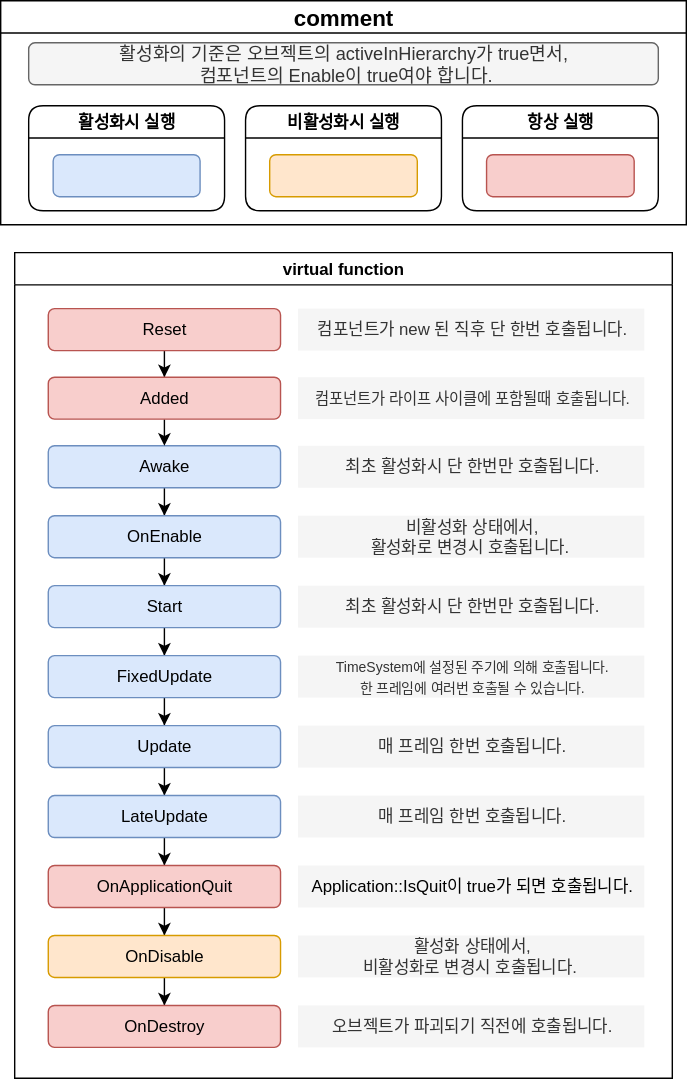
Before: Diagram/ComponentLifeCycleFlowchart.drawio.svg, a diagram exported from draw.io (Scarecrow37/VanishingGround). Source tidied: cells renumbered, new cells last; positions are measured from the earlier drawing's top-left corner, leaving out a move shared by most shapes.
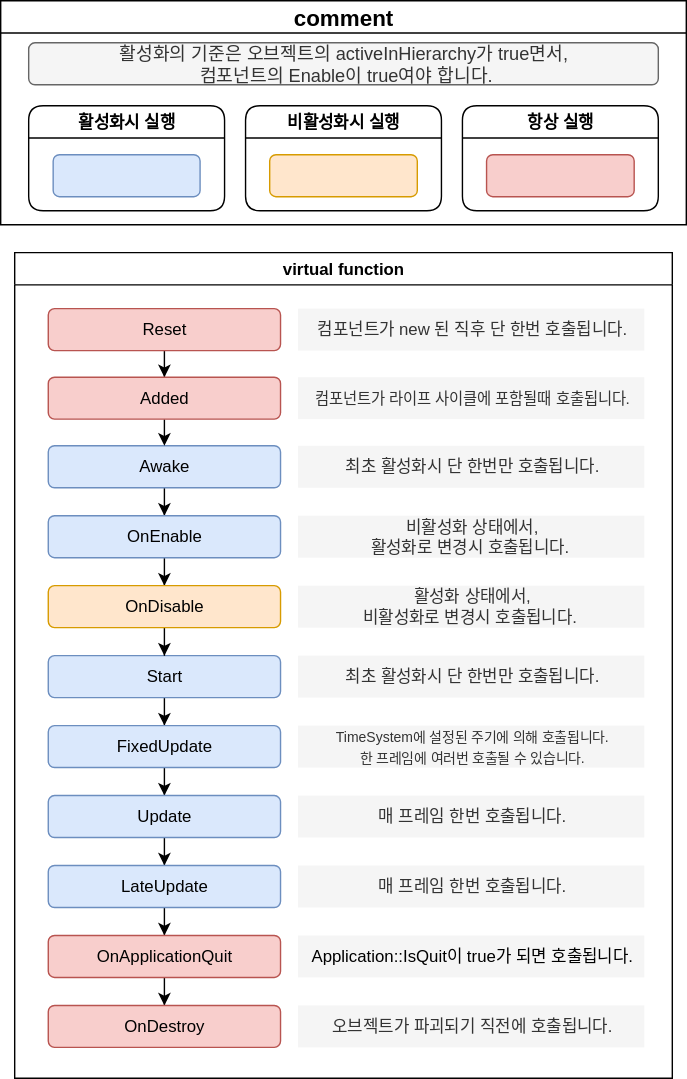
Later version of the same file.

Diff of the diagram source:
```diff
@@ -23,9 +23,9 @@
     <mxCell id="8" value="최초 활성화시 단 한번만 호출됩니다." style="text;html=1;align=center;verticalAlign=middle;whiteSpace=wrap;rounded=0;fillColor=#f5f5f5;strokeColor=none;fontColor=#333333;" parent="2" vertex="1">
       <mxGeometry x="202.5" y="138" width="247.5" height="30" as="geometry" />
     </mxCell>
-    <mxCell id="9" style="edgeStyle=orthogonalEdgeStyle;rounded=0;jettySize=auto;html=1;" parent="2" edge="1" source="10" target="13">
-      <mxGeometry relative="1" as="geometry" />
-    </mxCell>
+    <mxCell id="43" style="edgeStyle=orthogonalEdgeStyle;rounded=0;jettySize=auto;html=1;" parent="2" edge="1" source="10" target="28">
+      <mxGeometry relative="1" as="geometry" />
+    </mxCell>
     <mxCell id="10" value="OnEnable" style="rounded=1;whiteSpace=wrap;html=1;fillColor=#dae8fc;strokeColor=#6c8ebf;" parent="2" vertex="1">
       <mxGeometry x="24" y="188" width="166" height="30" as="geometry" />
     </mxCell>
@@ -36,56 +36,47 @@
       <mxGeometry relative="1" as="geometry" />
     </mxCell>
     <mxCell id="13" value="Start" style="rounded=1;whiteSpace=wrap;html=1;fillColor=#dae8fc;strokeColor=#6c8ebf;" parent="2" vertex="1">
-      <mxGeometry x="24" y="238" width="166" height="30" as="geometry" />
+      <mxGeometry x="24" y="288" width="166" height="30" as="geometry" />
     </mxCell>
     <mxCell id="14" value="최초 활성화시 단 한번만 호출됩니다." style="text;html=1;align=center;verticalAlign=middle;whiteSpace=wrap;rounded=0;fillColor=#f5f5f5;strokeColor=none;fontColor=#333333;" parent="2" vertex="1">
-      <mxGeometry x="202.5" y="238" width="247.5" height="30" as="geometry" />
+      <mxGeometry x="202.5" y="288" width="247.5" height="30" as="geometry" />
     </mxCell>
     <mxCell id="15" style="edgeStyle=orthogonalEdgeStyle;rounded=0;jettySize=auto;html=1;" parent="2" edge="1" source="16" target="19">
       <mxGeometry relative="1" as="geometry" />
     </mxCell>
     <mxCell id="16" value="FixedUpdate" style="rounded=1;whiteSpace=wrap;html=1;fillColor=#dae8fc;strokeColor=#6c8ebf;" parent="2" vertex="1">
-      <mxGeometry x="24" y="288" width="166" height="30" as="geometry" />
+      <mxGeometry x="24" y="338" width="166" height="30" as="geometry" />
     </mxCell>
     <mxCell id="17" value="&lt;font style=&quot;font-size: 10px;&quot;&gt;TimeSystem에 설정된 주기에 의해 호출됩니다.&lt;/font&gt;&lt;div&gt;&lt;font style=&quot;font-size: 10px;&quot;&gt;한 프레임에 여러번 호출될 수 있습니다.&lt;/font&gt;&lt;/div&gt;" style="text;html=1;align=center;verticalAlign=middle;whiteSpace=wrap;rounded=0;fillColor=#f5f5f5;strokeColor=none;fontColor=#333333;" parent="2" vertex="1">
-      <mxGeometry x="202.5" y="288" width="247.5" height="30" as="geometry" />
+      <mxGeometry x="202.5" y="338" width="247.5" height="30" as="geometry" />
     </mxCell>
     <mxCell id="18" style="edgeStyle=orthogonalEdgeStyle;rounded=0;jettySize=auto;html=1;entryX=0.5;entryY=0;entryDx=0;entryDy=0;" parent="2" edge="1" source="19" target="22">
       <mxGeometry relative="1" as="geometry" />
     </mxCell>
     <mxCell id="19" value="Update" style="rounded=1;whiteSpace=wrap;html=1;fillColor=#dae8fc;strokeColor=#6c8ebf;" parent="2" vertex="1">
-      <mxGeometry x="24" y="338" width="166" height="30" as="geometry" />
+      <mxGeometry x="24" y="388" width="166" height="30" as="geometry" />
     </mxCell>
     <mxCell id="20" value="매 프레임 한번 호출됩니다." style="text;html=1;align=center;verticalAlign=middle;whiteSpace=wrap;rounded=0;fillColor=#f5f5f5;strokeColor=none;fontColor=#333333;" parent="2" vertex="1">
-      <mxGeometry x="202.5" y="338" width="247.5" height="30" as="geometry" />
+      <mxGeometry x="202.5" y="388" width="247.5" height="30" as="geometry" />
     </mxCell>
     <mxCell id="21" style="edgeStyle=orthogonalEdgeStyle;rounded=0;jettySize=auto;html=1;" parent="2" edge="1" source="22" target="25">
       <mxGeometry relative="1" as="geometry" />
     </mxCell>
     <mxCell id="22" value="LateUpdate" style="rounded=1;whiteSpace=wrap;html=1;fillColor=#dae8fc;strokeColor=#6c8ebf;" parent="2" vertex="1">
-      <mxGeometry x="24" y="388" width="166" height="30" as="geometry" />
+      <mxGeometry x="24" y="438" width="166" height="30" as="geometry" />
     </mxCell>
     <mxCell id="23" value="매 프레임 한번 호출됩니다." style="text;html=1;align=center;verticalAlign=middle;whiteSpace=wrap;rounded=0;fillColor=#f5f5f5;strokeColor=none;fontColor=#333333;" parent="2" vertex="1">
-      <mxGeometry x="202.5" y="388" width="247.5" height="30" as="geometry" />
+      <mxGeometry x="202.5" y="438" width="247.5" height="30" as="geometry" />
     </mxCell>
-    <mxCell id="24" style="edgeStyle=orthogonalEdgeStyle;rounded=0;jettySize=auto;html=1;" parent="2" edge="1" source="25" target="28">
-      <mxGeometry relative="1" as="geometry" />
-    </mxCell>
+    <mxCell id="44" style="edgeStyle=orthogonalEdgeStyle;rounded=0;jettySize=auto;html=1;" parent="2" edge="1" source="25" target="30">
+      <mxGeometry relative="1" as="geometry" />
+    </mxCell>
     <mxCell id="25" value="OnApplicationQuit" style="rounded=1;whiteSpace=wrap;html=1;fillColor=#f8cecc;strokeColor=#b85450;" parent="2" vertex="1">
-      <mxGeometry x="24" y="438" width="166" height="30" as="geometry" />
+      <mxGeometry x="24" y="488" width="166" height="30" as="geometry" />
     </mxCell>
     <mxCell id="26" value="&lt;span style=&quot;color: rgb(0, 0, 0);&quot;&gt;Application::IsQuit이 true가 되면 호출됩니다.&lt;/span&gt;" style="text;html=1;align=center;verticalAlign=middle;whiteSpace=wrap;rounded=0;fillColor=#f5f5f5;strokeColor=none;fontColor=#333333;" parent="2" vertex="1">
-      <mxGeometry x="202.5" y="438" width="247.5" height="30" as="geometry" />
+      <mxGeometry x="202.5" y="488" width="247.5" height="30" as="geometry" />
     </mxCell>
-    <mxCell id="27" style="edgeStyle=orthogonalEdgeStyle;rounded=0;jettySize=auto;html=1;" parent="2" edge="1" source="28" target="30">
-      <mxGeometry relative="1" as="geometry" />
-    </mxCell>
-    <mxCell id="28" value="OnDisable" style="rounded=1;whiteSpace=wrap;html=1;fillColor=#ffe6cc;strokeColor=#d79b00;" parent="2" vertex="1">
-      <mxGeometry x="24" y="488" width="166" height="30" as="geometry" />
-    </mxCell>
-    <mxCell id="29" value="활성화 상태에서,&lt;div&gt;비활성화로 변경시 호출됩니다.&amp;nbsp;&lt;/div&gt;" style="text;html=1;align=center;verticalAlign=middle;whiteSpace=wrap;rounded=0;fillColor=#f5f5f5;strokeColor=none;fontColor=#333333;" parent="2" vertex="1">
-      <mxGeometry x="202.5" y="488" width="247.5" height="30" as="geometry" />
-    </mxCell>
     <mxCell id="30" value="OnDestroy" style="rounded=1;whiteSpace=wrap;html=1;fillColor=#f8cecc;strokeColor=#b85450;" parent="2" vertex="1">
       <mxGeometry x="24" y="538" width="166" height="30" as="geometry" />
     </mxCell>
@@ -101,6 +92,15 @@
     <mxCell id="34" value="&lt;font style=&quot;font-size: 11px;&quot;&gt;컴포넌트가 라이프 사이클에 포함될때 호출됩니다.&lt;/font&gt;" style="text;html=1;align=center;verticalAlign=middle;whiteSpace=wrap;rounded=0;fillColor=#f5f5f5;strokeColor=none;fontColor=#333333;" parent="2" vertex="1">
       <mxGeometry x="202.5" y="89" width="247.5" height="30" as="geometry" />
     </mxCell>
+    <mxCell id="45" style="edgeStyle=orthogonalEdgeStyle;rounded=0;jettySize=auto;html=1;exitX=0.5;exitY=1;exitDx=0;exitDy=0;" parent="2" edge="1" source="28" target="13">
+      <mxGeometry relative="1" as="geometry" />
+    </mxCell>
+    <mxCell id="28" value="OnDisable" style="rounded=1;whiteSpace=wrap;html=1;fillColor=#ffe6cc;strokeColor=#d79b00;" parent="2" vertex="1">
+      <mxGeometry x="24" y="238" width="166" height="30" as="geometry" />
+    </mxCell>
+    <mxCell id="29" value="활성화 상태에서,&lt;div&gt;비활성화로 변경시 호출됩니다.&amp;nbsp;&lt;/div&gt;" style="text;html=1;align=center;verticalAlign=middle;whiteSpace=wrap;rounded=0;fillColor=#f5f5f5;strokeColor=none;fontColor=#333333;" parent="2" vertex="1">
+      <mxGeometry x="202.5" y="238" width="247.5" height="30" as="geometry" />
+    </mxCell>
     <mxCell id="35" value="&lt;span style=&quot;font-family: Arial, sans-serif; text-align: start;&quot;&gt;&lt;font style=&quot;color: rgb(0, 0, 0); font-size: 16px;&quot;&gt;comment&lt;/font&gt;&lt;/span&gt;" style="swimlane;whiteSpace=wrap;html=1;" parent="1" vertex="1">
       <mxGeometry width="490" height="160" as="geometry" />
     </mxCell>
```
